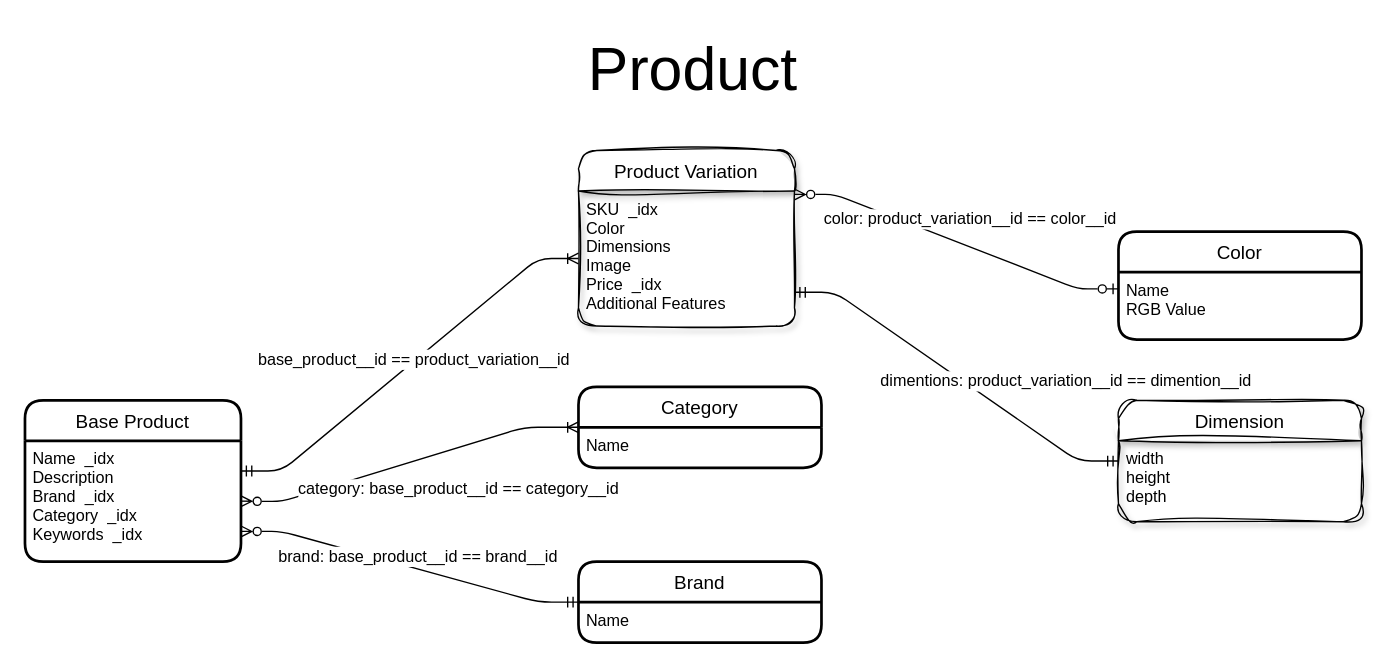
Earlier version of the draw.io diagram data-model/data-model-product.drawio (rd-raven/stirzz-design). Source tidied: cells renumbered, new cells numbered last; positions are measured from the earlier drawing's top-left corner, leaving out a move shared by most shapes. Both pictures are drawn from the tidied source at 135%, with x=0, y=0 at pixel (24, 28).
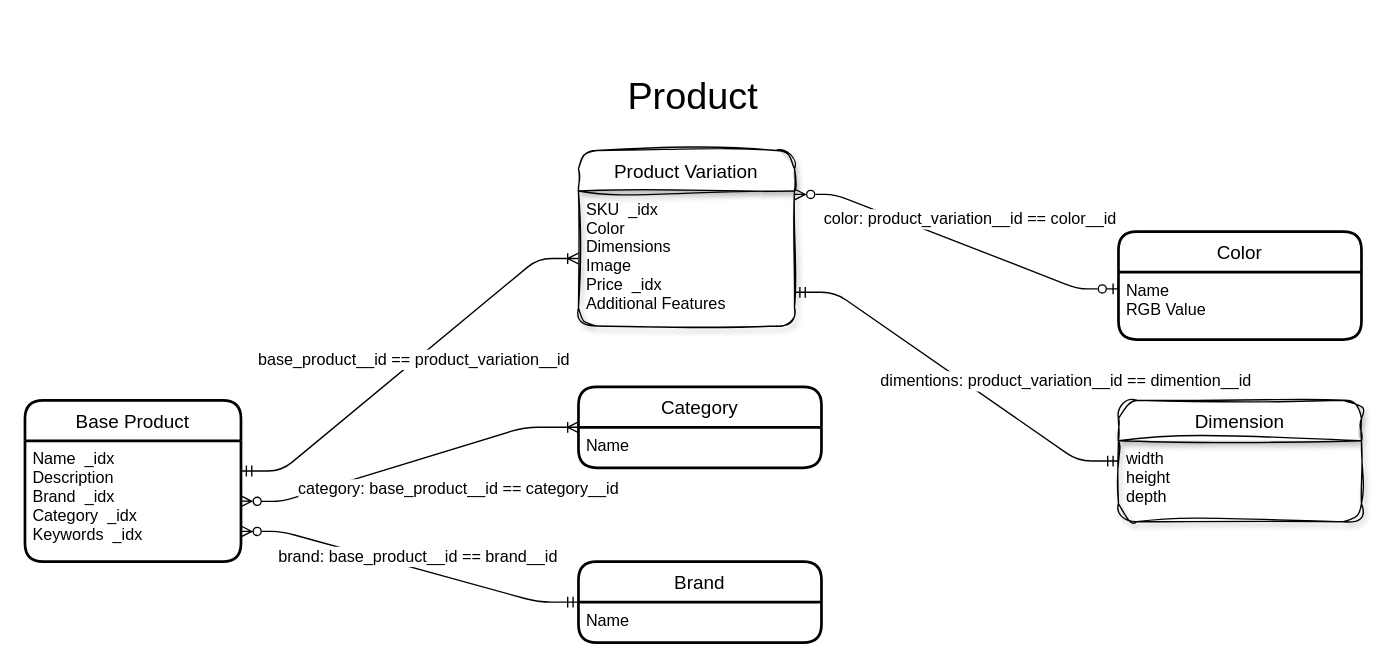
Above is the later version.

The edit, as a diff of the source:
```diff
@@
-    <mxCell id="12" value="&lt;span style=&quot;font-size: 45px;&quot;&gt;Product&lt;/span&gt;" style="text;html=1;strokeColor=none;fillColor=none;align=center;verticalAlign=middle;whiteSpace=wrap;rounded=0;shadow=1;glass=0;sketch=1;strokeWidth=1;fontSize=45;fontStyle=0;" parent="1" vertex="1">
-      <mxGeometry x="355" width="280" height="60" as="geometry" />
+    <mxCell id="12" value="&lt;font style=&quot;font-size: 28px;&quot;&gt;Product&lt;/font&gt;" style="text;html=1;strokeColor=none;fillColor=none;align=center;verticalAlign=middle;whiteSpace=wrap;rounded=0;shadow=1;glass=0;sketch=1;strokeWidth=1;fontSize=28;fontStyle=0;" parent="1" vertex="1">
+      <mxGeometry x="435" y="30" width="120" height="40" as="geometry" />
     </mxCell>
```
